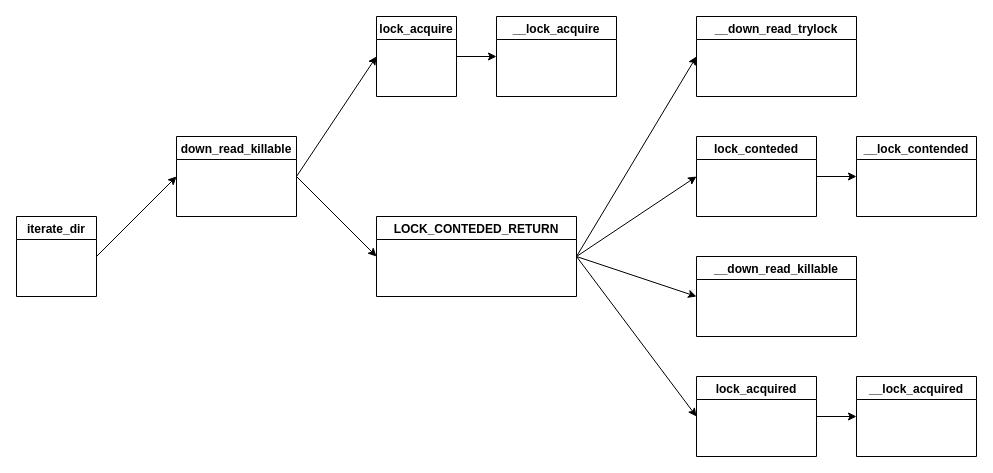
Earlier version of the draw.io diagram os-2022-spring/Untitled Diagram.drawio (xuyizhe1999/drawio). Source tidied: cells renumbered, new cells numbered last; positions are measured from the earlier drawing's top-left corner, leaving out a move shared by most shapes. Both pictures are drawn from the tidied source at 100%, with x=0, y=0 at pixel (16, 16).
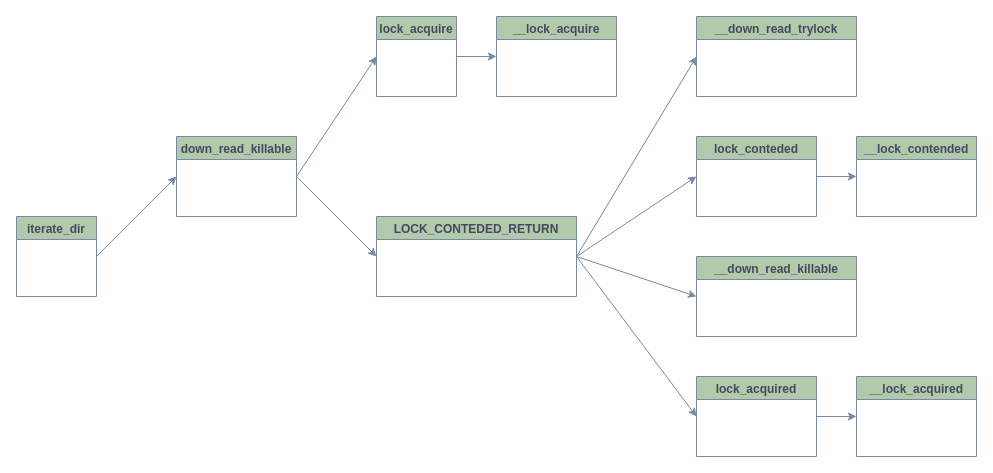
The same page after the edit.

The edit, as a diff of the source:
```diff
@@
-    <mxCell id="2" value="iterate_dir" style="swimlane;" parent="1" vertex="1">
+    <mxCell id="2" value="iterate_dir" style="swimlane;fillColor=#B2C9AB;strokeColor=#788AA3;fontColor=#46495D;" parent="1" vertex="1">
       <mxGeometry y="200" width="80" height="80" as="geometry" />
     </mxCell>
-    <mxCell id="3" value="down_read_killable" style="swimlane;" parent="1" vertex="1">
+    <mxCell id="3" value="down_read_killable" style="swimlane;fillColor=#B2C9AB;strokeColor=#788AA3;fontColor=#46495D;" parent="1" vertex="1">
       <mxGeometry x="160" y="120" width="120" height="80" as="geometry" />
     </mxCell>
-    <mxCell id="4" value="lock_acquire" style="swimlane;startSize=23;" parent="1" vertex="1">
+    <mxCell id="4" value="lock_acquire" style="swimlane;startSize=23;fillColor=#B2C9AB;strokeColor=#788AA3;fontColor=#46495D;" parent="1" vertex="1">
       <mxGeometry x="360" width="80" height="80" as="geometry" />
     </mxCell>
-    <mxCell id="5" value="__lock_acquire" style="swimlane;startSize=23;" parent="1" vertex="1">
+    <mxCell id="5" value="__lock_acquire" style="swimlane;startSize=23;fillColor=#B2C9AB;strokeColor=#788AA3;fontColor=#46495D;" parent="1" vertex="1">
       <mxGeometry x="480" width="120" height="80" as="geometry" />
     </mxCell>
-    <mxCell id="6" value="LOCK_CONTEDED_RETURN" style="swimlane;" parent="1" vertex="1">
+    <mxCell id="6" value="LOCK_CONTEDED_RETURN" style="swimlane;fillColor=#B2C9AB;strokeColor=#788AA3;fontColor=#46495D;" parent="1" vertex="1">
       <mxGeometry x="360" y="200" width="200" height="80" as="geometry" />
     </mxCell>
-    <mxCell id="7" value="__down_read_trylock" style="swimlane;" parent="1" vertex="1">
+    <mxCell id="7" value="__down_read_trylock" style="swimlane;fillColor=#B2C9AB;strokeColor=#788AA3;fontColor=#46495D;" parent="1" vertex="1">
       <mxGeometry x="680" width="160" height="80" as="geometry" />
     </mxCell>
-    <mxCell id="8" value="lock_conteded" style="swimlane;startSize=23;" parent="1" vertex="1">
+    <mxCell id="8" value="lock_conteded" style="swimlane;startSize=23;fillColor=#B2C9AB;strokeColor=#788AA3;fontColor=#46495D;" parent="1" vertex="1">
       <mxGeometry x="680" y="120" width="120" height="80" as="geometry" />
     </mxCell>
-    <mxCell id="9" value="__lock_contended" style="swimlane;startSize=23;" parent="1" vertex="1">
+    <mxCell id="9" value="__lock_contended" style="swimlane;startSize=23;fillColor=#B2C9AB;strokeColor=#788AA3;fontColor=#46495D;" parent="1" vertex="1">
       <mxGeometry x="840" y="120" width="120" height="80" as="geometry" />
     </mxCell>
-    <mxCell id="10" value="__down_read_killable" style="swimlane;" parent="1" vertex="1">
+    <mxCell id="10" value="__down_read_killable" style="swimlane;fillColor=#B2C9AB;strokeColor=#788AA3;fontColor=#46495D;" parent="1" vertex="1">
       <mxGeometry x="680" y="240" width="160" height="80" as="geometry" />
     </mxCell>
-    <mxCell id="11" value="lock_acquired" style="swimlane;startSize=23;" parent="1" vertex="1">
+    <mxCell id="11" value="lock_acquired" style="swimlane;startSize=23;fillColor=#B2C9AB;strokeColor=#788AA3;fontColor=#46495D;" parent="1" vertex="1">
       <mxGeometry x="680" y="360" width="120" height="80" as="geometry" />
     </mxCell>
-    <mxCell id="12" value="__lock_acquired" style="swimlane;startSize=23;" parent="1" vertex="1">
+    <mxCell id="12" value="__lock_acquired" style="swimlane;startSize=23;fillColor=#B2C9AB;strokeColor=#788AA3;fontColor=#46495D;" parent="1" vertex="1">
       <mxGeometry x="840" y="360" width="120" height="80" as="geometry" />
     </mxCell>
-    <mxCell id="13" style="endArrow=classic;html=1;rounded=0;entryX=0;entryY=0.5;entryDx=0;entryDy=0;" parent="1" edge="1" target="3">
+    <mxCell id="13" style="endArrow=classic;html=1;rounded=0;entryX=0;entryY=0.5;entryDx=0;entryDy=0;strokeColor=#788AA3;fontColor=#46495D;" parent="1" edge="1" target="3">
       <mxGeometry relative="1" as="geometry">
         <mxPoint x="80" y="240" as="sourcePoint" />
       </mxGeometry>
     </mxCell>
-    <mxCell id="14" style="endArrow=classic;html=1;rounded=0;exitX=1;exitY=0.5;exitDx=0;exitDy=0;entryX=0;entryY=0.5;entryDx=0;entryDy=0;" parent="1" edge="1" source="3" target="4">
+    <mxCell id="14" style="endArrow=classic;html=1;rounded=0;exitX=1;exitY=0.5;exitDx=0;exitDy=0;entryX=0;entryY=0.5;entryDx=0;entryDy=0;strokeColor=#788AA3;fontColor=#46495D;" parent="1" edge="1" source="3" target="4">
       <mxGeometry relative="1" as="geometry" />
     </mxCell>
-    <mxCell id="15" style="endArrow=classic;html=1;rounded=0;entryX=0;entryY=0.5;entryDx=0;entryDy=0;exitX=1;exitY=0.5;exitDx=0;exitDy=0;" parent="1" edge="1" source="4" target="5">
+    <mxCell id="15" style="endArrow=classic;html=1;rounded=0;entryX=0;entryY=0.5;entryDx=0;entryDy=0;exitX=1;exitY=0.5;exitDx=0;exitDy=0;strokeColor=#788AA3;fontColor=#46495D;" parent="1" edge="1" source="4" target="5">
       <mxGeometry relative="1" as="geometry" />
     </mxCell>
-    <mxCell id="16" style="endArrow=classic;html=1;rounded=0;entryX=0;entryY=0.5;entryDx=0;entryDy=0;" parent="1" edge="1" target="6">
+    <mxCell id="16" style="endArrow=classic;html=1;rounded=0;entryX=0;entryY=0.5;entryDx=0;entryDy=0;strokeColor=#788AA3;fontColor=#46495D;" parent="1" edge="1" target="6">
       <mxGeometry relative="1" as="geometry">
         <mxPoint x="280" y="160" as="sourcePoint" />
       </mxGeometry>
     </mxCell>
-    <mxCell id="17" style="endArrow=classic;html=1;rounded=0;entryX=0;entryY=0.5;entryDx=0;entryDy=0;" parent="1" edge="1" target="7">
+    <mxCell id="17" style="endArrow=classic;html=1;rounded=0;entryX=0;entryY=0.5;entryDx=0;entryDy=0;strokeColor=#788AA3;fontColor=#46495D;" parent="1" edge="1" target="7">
       <mxGeometry relative="1" as="geometry">
         <mxPoint x="560" y="240" as="sourcePoint" />
       </mxGeometry>
     </mxCell>
-    <mxCell id="18" style="endArrow=classic;html=1;rounded=0;entryX=0;entryY=0.5;entryDx=0;entryDy=0;" parent="1" edge="1" target="8">
+    <mxCell id="18" style="endArrow=classic;html=1;rounded=0;entryX=0;entryY=0.5;entryDx=0;entryDy=0;strokeColor=#788AA3;fontColor=#46495D;" parent="1" edge="1" target="8">
       <mxGeometry relative="1" as="geometry">
         <mxPoint x="560" y="240" as="sourcePoint" />
       </mxGeometry>
     </mxCell>
-    <mxCell id="19" style="endArrow=classic;html=1;rounded=0;entryX=0;entryY=0.5;entryDx=0;entryDy=0;" parent="1" edge="1" target="9">
+    <mxCell id="19" style="endArrow=classic;html=1;rounded=0;entryX=0;entryY=0.5;entryDx=0;entryDy=0;strokeColor=#788AA3;fontColor=#46495D;" parent="1" edge="1" target="9">
       <mxGeometry relative="1" as="geometry">
         <mxPoint x="800" y="160" as="sourcePoint" />
       </mxGeometry>
     </mxCell>
-    <mxCell id="20" style="endArrow=classic;html=1;rounded=0;entryX=0;entryY=0.5;entryDx=0;entryDy=0;" parent="1" edge="1" target="10">
+    <mxCell id="20" style="endArrow=classic;html=1;rounded=0;entryX=0;entryY=0.5;entryDx=0;entryDy=0;strokeColor=#788AA3;fontColor=#46495D;" parent="1" edge="1" target="10">
       <mxGeometry relative="1" as="geometry">
         <mxPoint x="560" y="240" as="sourcePoint" />
       </mxGeometry>
     </mxCell>
-    <mxCell id="21" style="endArrow=classic;html=1;rounded=0;entryX=0;entryY=0.5;entryDx=0;entryDy=0;" parent="1" edge="1" target="11">
+    <mxCell id="21" style="endArrow=classic;html=1;rounded=0;entryX=0;entryY=0.5;entryDx=0;entryDy=0;strokeColor=#788AA3;fontColor=#46495D;" parent="1" edge="1" target="11">
       <mxGeometry relative="1" as="geometry">
         <mxPoint x="560" y="240" as="sourcePoint" />
       </mxGeometry>
     </mxCell>
-    <mxCell id="22" style="endArrow=classic;html=1;rounded=0;entryX=0;entryY=0.5;entryDx=0;entryDy=0;" parent="1" edge="1" target="12">
+    <mxCell id="22" style="endArrow=classic;html=1;rounded=0;entryX=0;entryY=0.5;entryDx=0;entryDy=0;strokeColor=#788AA3;fontColor=#46495D;" parent="1" edge="1" target="12">
       <mxGeometry relative="1" as="geometry">
         <mxPoint x="800" y="400" as="sourcePoint" />
       </mxGeometry>
     </mxCell>
```
